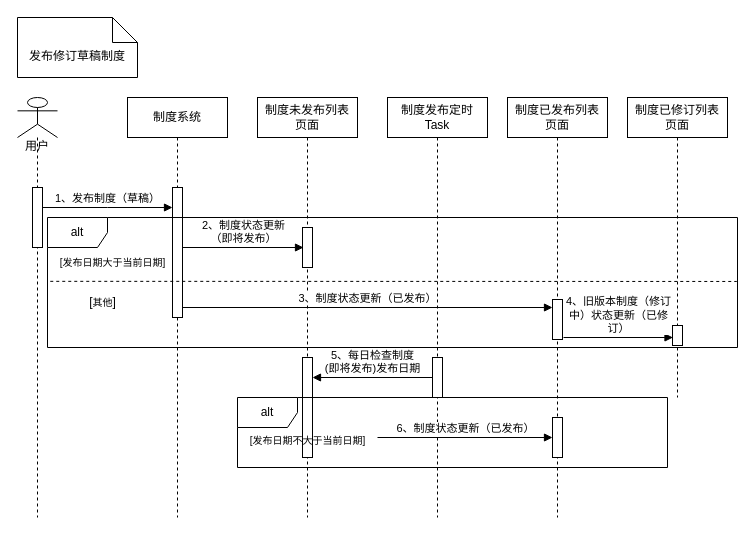
Earlier version of the draw.io diagram 发布修订草稿制度.drawio (HomeLives/2020-10-26-Vue-Servlet). Source tidied: cells renumbered, new cells numbered last; positions are measured from the earlier drawing's top-left corner, leaving out a move shared by most shapes. Both pictures are drawn from the tidied source at 100%, with x=0, y=0 at pixel (17, 17).
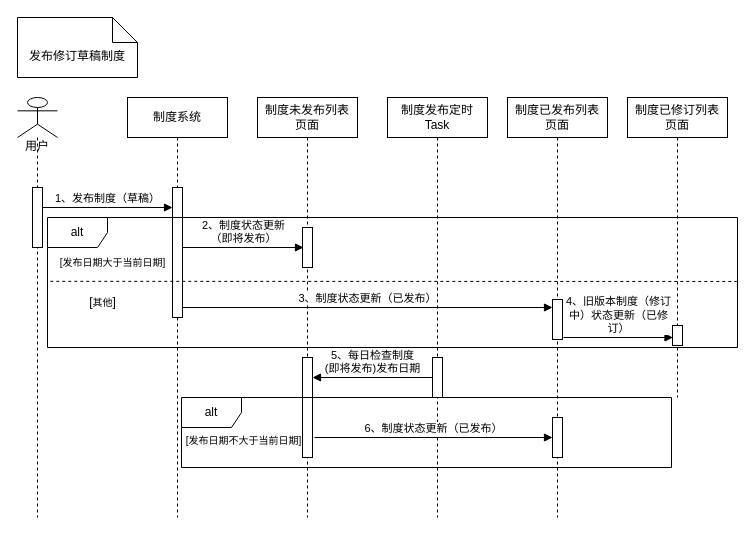
The same page after the edit.

Commit message (it also covers changes not shown here):
更新发布修订草稿制度.drawio

Unchanged cells that the change refers to:
```xml
<mxCell id="10" style="html=1;points=[[0,0,0,0,5],[0,1,0,0,-5],[1,0,0,0,5],[1,1,0,0,-5]];perimeter=orthogonalPerimeter;outlineConnect=0;targetShapes=umlLifeline;portConstraint=eastwest;newEdgeStyle={&quot;curved&quot;:0,&quot;rounded&quot;:0};" parent="8" vertex="1">
  <mxGeometry x="45" y="320" width="10" height="40" as="geometry" />
</mxCell>
```

What changed in the source:
```diff
@@
-    <mxCell id="23" value="6、制度状态更新（已发布）" style="html=1;verticalAlign=bottom;endArrow=block;curved=0;rounded=0;" parent="1" edge="1" target="10">
-      <mxGeometry relative="1" as="geometry">
-        <mxPoint x="360" y="420" as="sourcePoint" />
-      </mxGeometry>
+    <mxCell id="23" value="6、制度状态更新（已发布）" style="html=1;verticalAlign=bottom;endArrow=block;curved=0;rounded=0;exitX=1.007;exitY=0.4;exitDx=0;exitDy=0;exitPerimeter=0;" parent="1" edge="1" source="25" target="10">
+      <mxGeometry relative="1" as="geometry" />
     </mxCell>
     <mxCell id="24" value="alt" style="shape=umlFrame;whiteSpace=wrap;html=1;" parent="1" vertex="1">
-      <mxGeometry x="220" y="380" width="430" height="70" as="geometry" />
+      <mxGeometry x="164" y="380" width="490" height="70" as="geometry" />
     </mxCell>
     <mxCell id="25" value="&lt;span style=&quot;font-size: 10px;&quot;&gt;[发布日期不大于当前日期]&lt;/span&gt;" style="text;html=1;align=center;verticalAlign=middle;points=[];strokeColor=none;fillColor=none;" parent="1" vertex="1">
-      <mxGeometry x="220" y="408" width="140" height="30" as="geometry" />
+      <mxGeometry x="156" y="408" width="140" height="30" as="geometry" />
     </mxCell>
```
